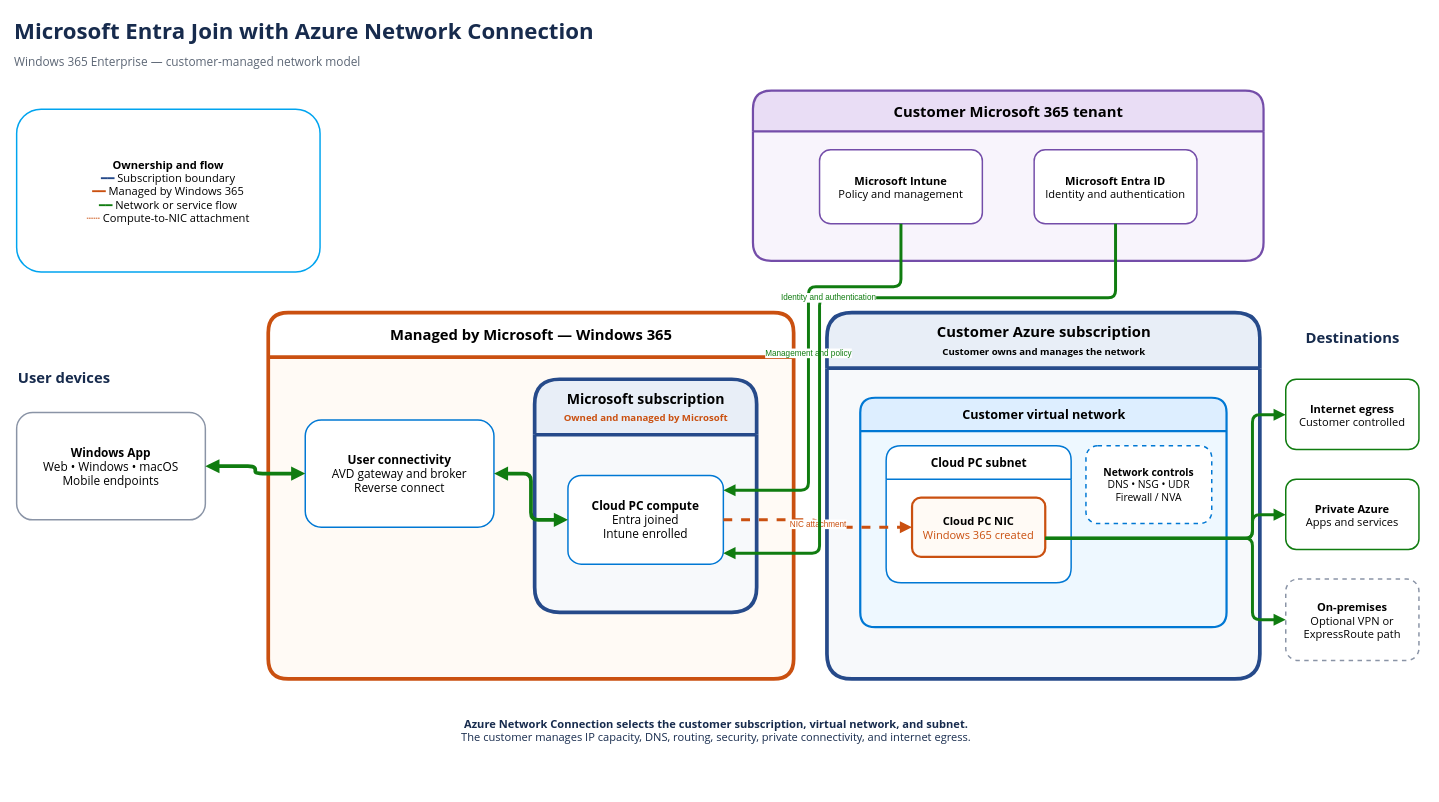
Before: architecture/diagrams/source/03-entra-join-azure-network-connection.drawio in AddySidd27/Windows365-enterprise-engineering, a draw.io diagram. Source tidied: cells renumbered, new cells numbered last; positions are measured from the earlier drawing's top-left corner, leaving out a move shared by most shapes. Both pictures are drawn from the tidied source at 74%, with x=0, y=0 at pixel (13, 13).
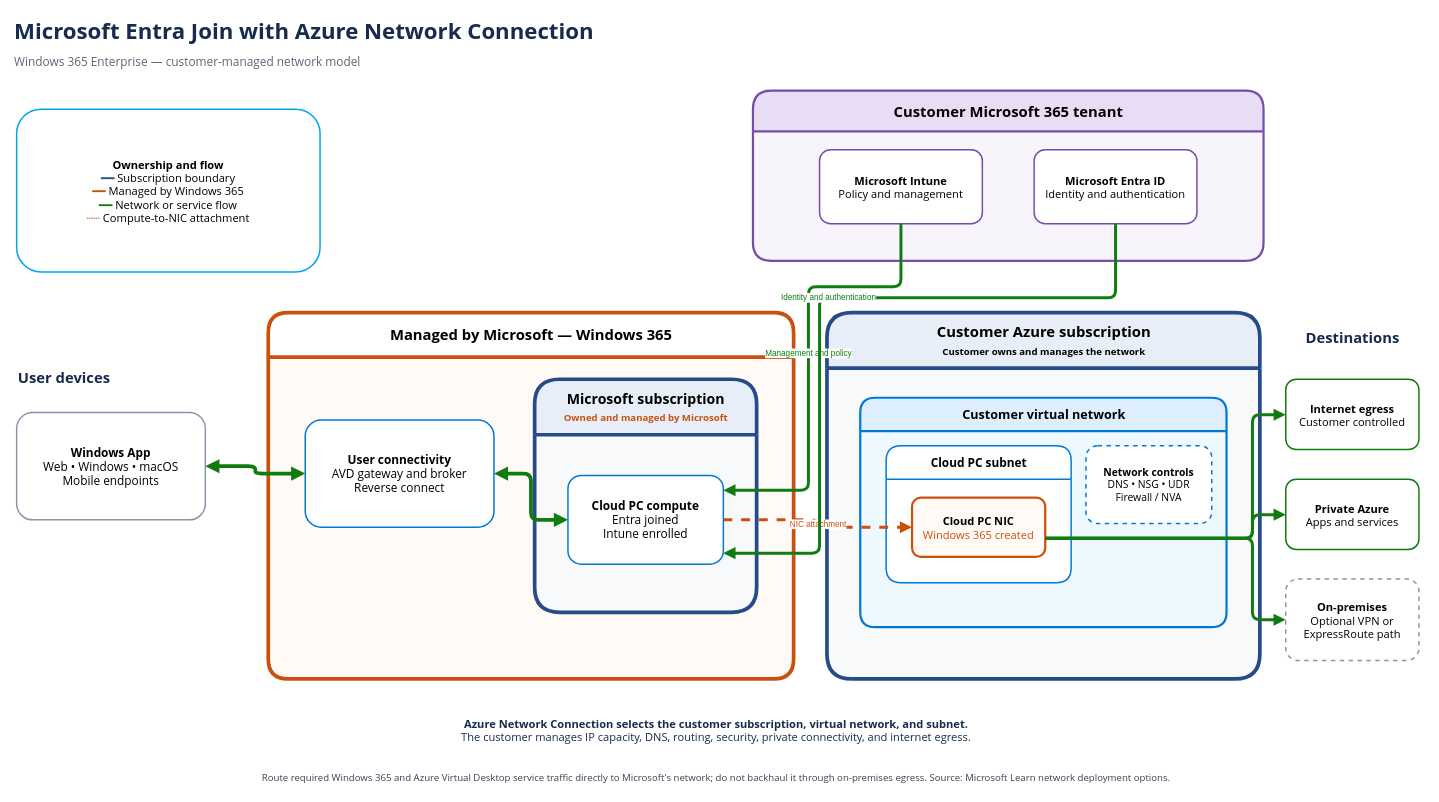
The same diagram, later.

Commit message:
Clarify direct Windows 365 service path in ANC source

What changed in the source:
```diff
@@
+    <mxCell id="32" value="Route required Windows 365 and Azure Virtual Desktop service traffic directly to Microsoft's network; do not backhaul it through on-premises egress. Source: Microsoft Learn network deployment options." style="text;html=1;fontFamily=Segoe UI;fontSize=13;fontColor=#364152;align=center;" parent="1" vertex="1">
+      <mxGeometry x="140" y="1020" width="1620" height="30" as="geometry" />
+    </mxCell>
```
